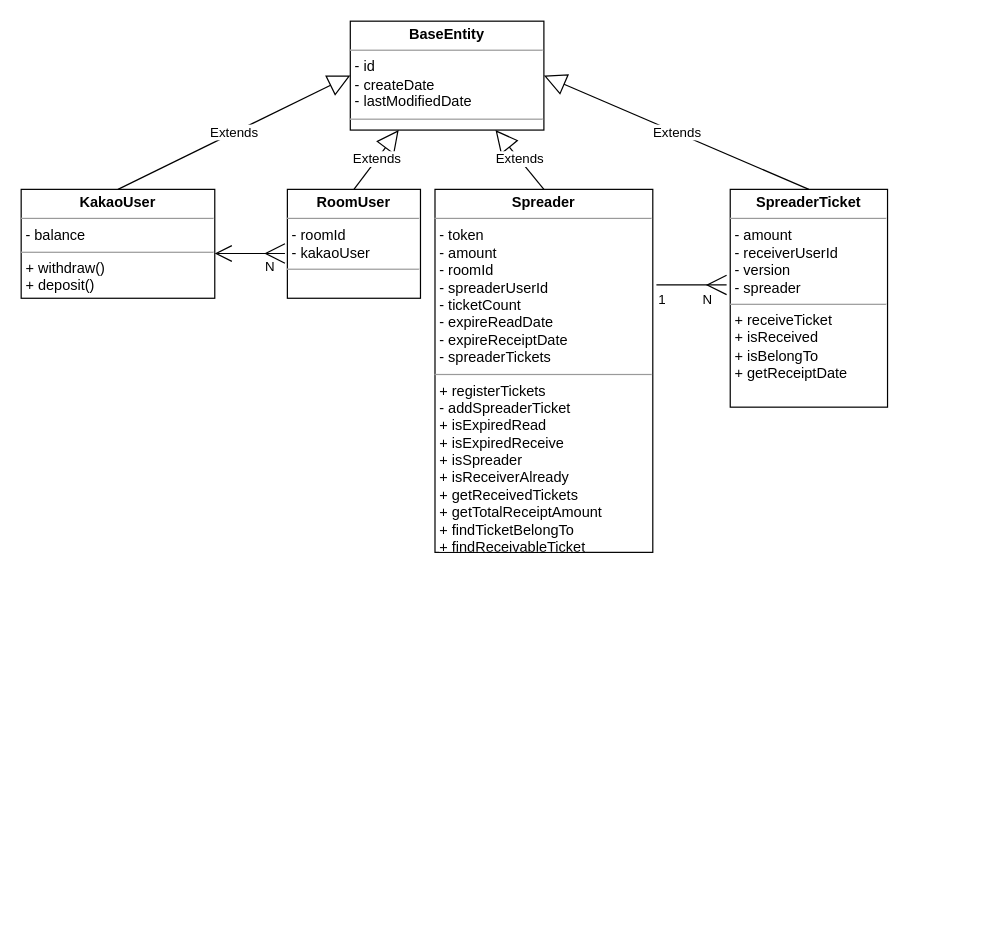
Before: src/docs/description.drawio in geeshow/MoneySpreader, a draw.io diagram. Source tidied: cells renumbered, new cells numbered last; positions are measured from the earlier drawing's top-left corner, leaving out a move shared by most shapes. Both pictures are drawn from the tidied source at 121%, with x=0, y=0 at pixel (21, 21).
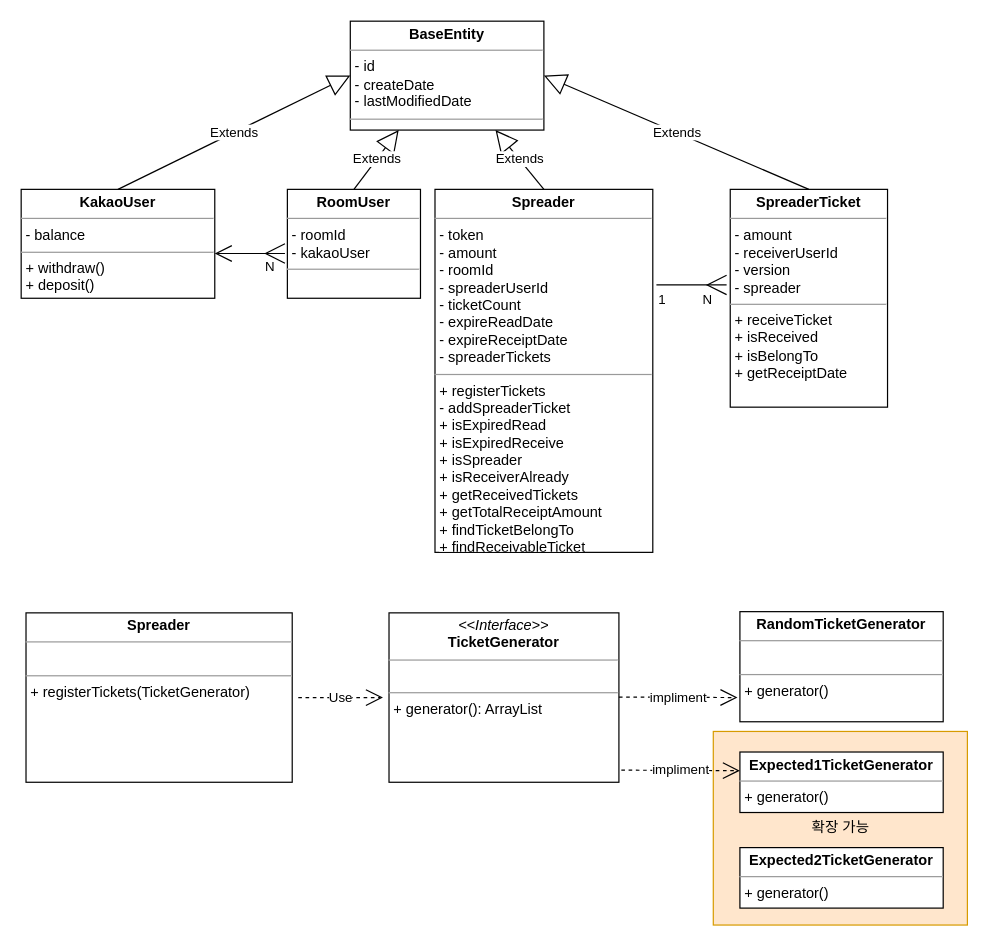
The same diagram, later.

Diff of the diagram source:
```diff
@@
+    <mxCell id="13" value="확장 가능" style="html=1;labelBackgroundColor=none;fillColor=#ffe6cc;strokeColor=#d79b00;" parent="1" vertex="1">
+      <mxGeometry x="572" y="587" width="210" height="160" as="geometry" />
+    </mxCell>
@@
+    <mxCell id="14" value="&lt;p style=&quot;margin: 0px ; margin-top: 4px ; text-align: center&quot;&gt;&lt;i&gt;&amp;lt;&amp;lt;Interface&amp;gt;&amp;gt;&lt;/i&gt;&lt;br&gt;&lt;b&gt;TicketGenerator&lt;/b&gt;&lt;/p&gt;&lt;hr size=&quot;1&quot;&gt;&lt;p style=&quot;margin: 0px ; margin-left: 4px&quot;&gt;&lt;br&gt;&lt;/p&gt;&lt;hr size=&quot;1&quot;&gt;&lt;p style=&quot;margin: 0px ; margin-left: 4px&quot;&gt;+ generator(): ArrayList&lt;/p&gt;" style="verticalAlign=top;align=left;overflow=fill;fontSize=12;fontFamily=Helvetica;html=1;" parent="1" vertex="1">
+      <mxGeometry x="304" y="489" width="190" height="140" as="geometry" />
+    </mxCell>
+    <mxCell id="15" value="&lt;p style=&quot;margin: 0px ; margin-top: 4px ; text-align: center&quot;&gt;&lt;span style=&quot;background-color: rgb(255 , 255 , 255)&quot;&gt;&lt;b&gt;RandomTicketGenerator&lt;/b&gt;&lt;/span&gt;&lt;/p&gt;&lt;hr size=&quot;1&quot;&gt;&lt;p style=&quot;margin: 0px ; margin-left: 4px&quot;&gt;&lt;br&gt;&lt;/p&gt;&lt;hr size=&quot;1&quot;&gt;&lt;p style=&quot;margin: 0px ; margin-left: 4px&quot;&gt;&lt;font style=&quot;font-size: 12px ; background-color: rgb(255 , 255 , 255)&quot;&gt;+ generator()&lt;/font&gt;&lt;/p&gt;&lt;p style=&quot;margin: 0px ; margin-left: 4px&quot;&gt;&lt;br&gt;&lt;/p&gt;" style="verticalAlign=top;align=left;overflow=fill;fontSize=12;fontFamily=Helvetica;html=1;" parent="1" vertex="1">
+      <mxGeometry x="594" y="488" width="168" height="91" as="geometry" />
+    </mxCell>
+    <mxCell id="16" value="&lt;p style=&quot;margin: 0px ; margin-top: 4px ; text-align: center&quot;&gt;&lt;b style=&quot;background-color: rgb(255 , 255 , 255)&quot;&gt;Spreader&lt;/b&gt;&lt;/p&gt;&lt;hr size=&quot;1&quot;&gt;&lt;p style=&quot;margin: 0px ; margin-left: 4px&quot;&gt;&lt;br&gt;&lt;/p&gt;&lt;hr size=&quot;1&quot;&gt;&lt;p style=&quot;margin: 0px ; margin-left: 4px&quot;&gt;&lt;font style=&quot;font-size: 12px ; background-color: rgb(255 , 255 , 255)&quot;&gt;+&amp;nbsp;registerTickets(TicketGenerator)&lt;/font&gt;&lt;/p&gt;" style="verticalAlign=top;align=left;overflow=fill;fontSize=12;fontFamily=Helvetica;html=1;" parent="1" vertex="1">
+      <mxGeometry x="4" y="489" width="220" height="140" as="geometry" />
+    </mxCell>
+    <mxCell id="17" value="Use" style="endArrow=open;endSize=12;dashed=1;html=1;" parent="1" edge="1">
+      <mxGeometry relative="1" as="geometry">
+        <mxPoint x="229" y="559" as="sourcePoint" />
+        <mxPoint x="299" y="559" as="targetPoint" />
+      </mxGeometry>
+    </mxCell>
+    <mxCell id="18" value="impliment" style="endArrow=open;endSize=12;dashed=1;html=1;" parent="1" edge="1">
+      <mxGeometry relative="1" as="geometry">
+        <mxPoint x="494" y="558.6" as="sourcePoint" />
+        <mxPoint x="592" y="559" as="targetPoint" />
+      </mxGeometry>
+    </mxCell>
+    <mxCell id="19" value="&lt;p style=&quot;margin: 0px ; margin-top: 4px ; text-align: center&quot;&gt;&lt;span style=&quot;background-color: rgb(255 , 255 , 255)&quot;&gt;&lt;b&gt;Expected1TicketGenerator&lt;/b&gt;&lt;/span&gt;&lt;/p&gt;&lt;hr size=&quot;1&quot;&gt;&lt;p style=&quot;margin: 0px ; margin-left: 4px&quot;&gt;&lt;/p&gt;&lt;p style=&quot;margin: 0px ; margin-left: 4px&quot;&gt;&lt;font style=&quot;font-size: 12px ; background-color: rgb(255 , 255 , 255)&quot;&gt;+ generator()&lt;/font&gt;&lt;/p&gt;&lt;p style=&quot;margin: 0px ; margin-left: 4px&quot;&gt;&lt;br&gt;&lt;/p&gt;" style="verticalAlign=top;align=left;overflow=fill;fontSize=12;fontFamily=Helvetica;html=1;" parent="1" vertex="1">
+      <mxGeometry x="594" y="604" width="168" height="50" as="geometry" />
+    </mxCell>
+    <mxCell id="20" value="&lt;p style=&quot;margin: 0px ; margin-top: 4px ; text-align: center&quot;&gt;&lt;span style=&quot;background-color: rgb(255 , 255 , 255)&quot;&gt;&lt;b&gt;Expected2TicketGenerator&lt;/b&gt;&lt;/span&gt;&lt;/p&gt;&lt;hr size=&quot;1&quot;&gt;&lt;p style=&quot;margin: 0px ; margin-left: 4px&quot;&gt;&lt;/p&gt;&lt;p style=&quot;margin: 0px ; margin-left: 4px&quot;&gt;&lt;font style=&quot;font-size: 12px ; background-color: rgb(255 , 255 , 255)&quot;&gt;+ generator()&lt;/font&gt;&lt;/p&gt;&lt;p style=&quot;margin: 0px ; margin-left: 4px&quot;&gt;&lt;br&gt;&lt;/p&gt;" style="verticalAlign=top;align=left;overflow=fill;fontSize=12;fontFamily=Helvetica;html=1;" parent="1" vertex="1">
+      <mxGeometry x="594" y="683" width="168" height="50" as="geometry" />
+    </mxCell>
+    <mxCell id="21" value="impliment" style="endArrow=open;endSize=12;dashed=1;html=1;" parent="1" edge="1">
+      <mxGeometry relative="1" as="geometry">
+        <mxPoint x="496" y="619" as="sourcePoint" />
+        <mxPoint x="594" y="619.4" as="targetPoint" />
+      </mxGeometry>
+    </mxCell>
```
